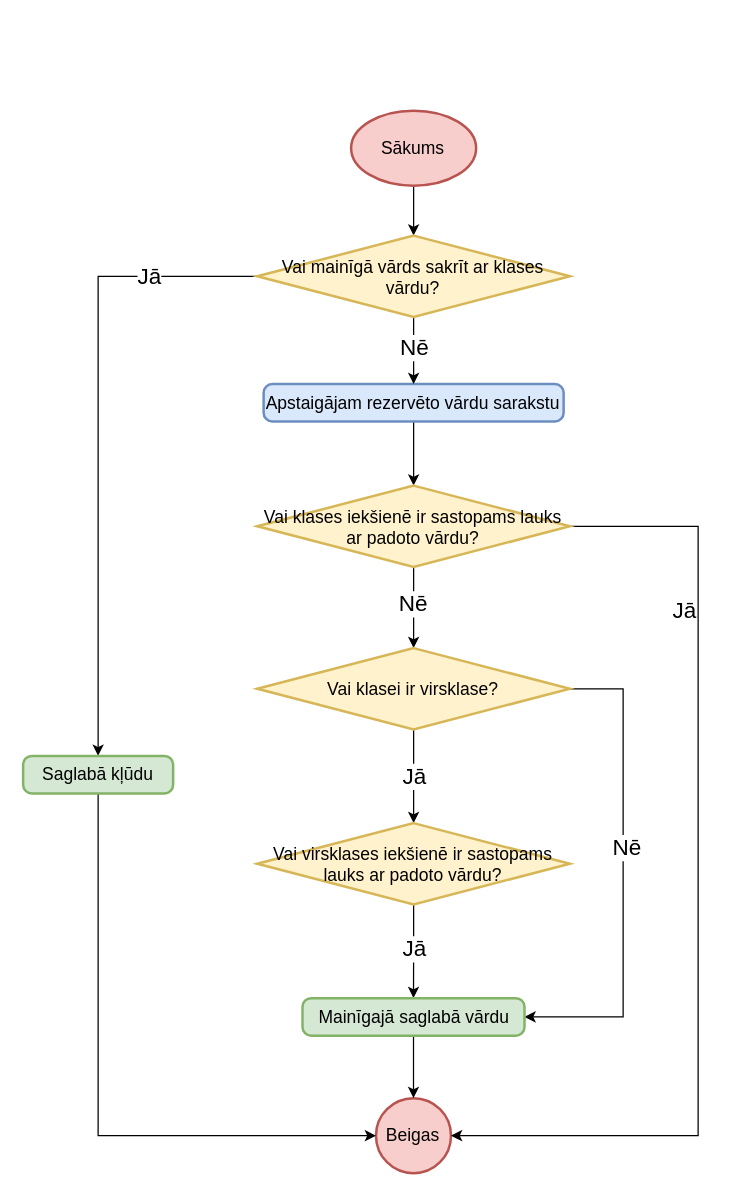
artiks12/webAppOS keeps this draw.io diagram as page "Lauka vārda kompilēšana" (4 of 5) of src/Kvalifikacijas darbs/Diagrammas/Kompilators/Lauki un mainīgie.drawio. Above is the earlier version. Source tidied: cells renumbered, new cells numbered last; positions are measured from the earlier drawing's top-left corner, leaving out a move shared by most shapes. Both pictures are drawn from the tidied source at 125%, with x=0, y=0 at pixel (22, 110).
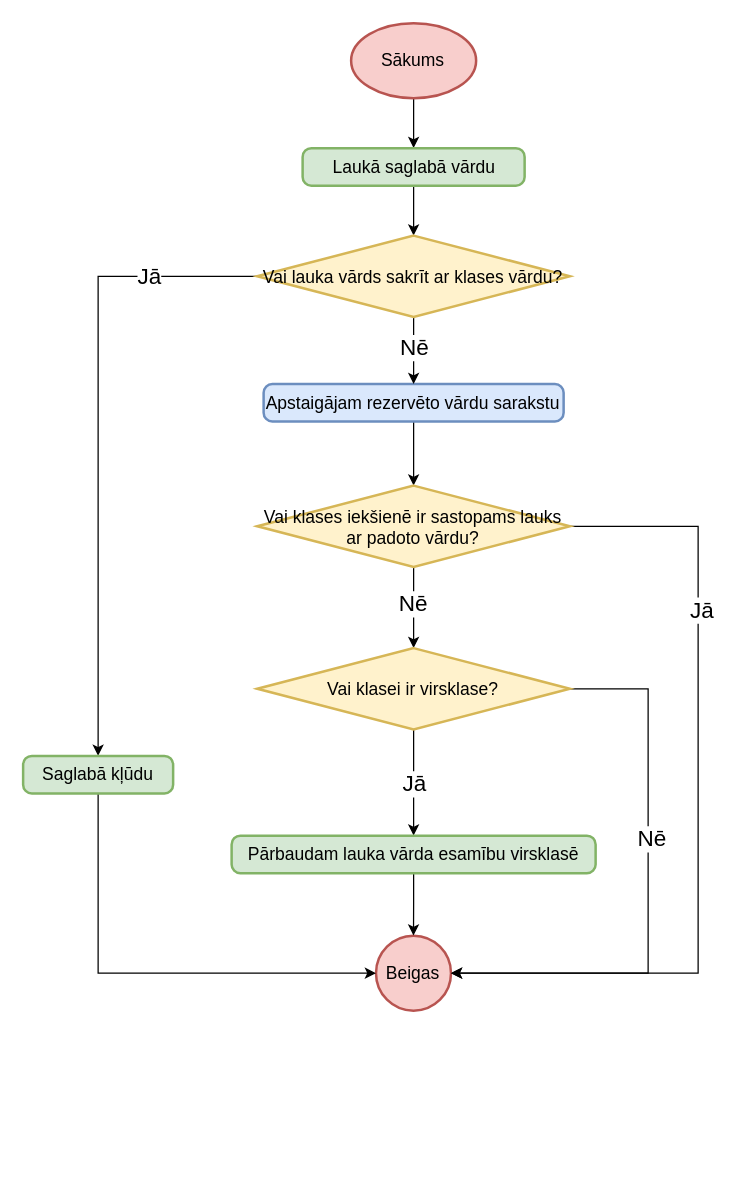
After the change.

Unchanged cells that the change refers to:
```xml
<mxCell id="8" value="Apstaigājam rezervēto vārdu sarakstu" style="rounded=1;whiteSpace=wrap;html=1;absoluteArcSize=1;arcSize=14;strokeWidth=2;fontSize=14;fillColor=#dae8fc;strokeColor=#6c8ebf;" parent="1" vertex="1">
  <mxGeometry x="192.4" y="218.7" width="240" height="30" as="geometry" />
</mxCell>
<mxCell id="9" style="edgeStyle=orthogonalEdgeStyle;rounded=0;jettySize=auto;html=1;entryX=0.5;entryY=0;entryDx=0;entryDy=0;entryPerimeter=0;fontSize=18;exitX=0.5;exitY=1;exitDx=0;exitDy=0;exitPerimeter=0;" parent="1" edge="1" source="27" target="15">
  <mxGeometry relative="1" as="geometry" />
</mxCell>
<mxCell id="15" value="Vai klasei ir virsklase?" style="strokeWidth=2;html=1;shape=mxgraph.flowchart.decision;whiteSpace=wrap;fontSize=14;fillColor=#fff2cc;strokeColor=#d6b656;" parent="1" vertex="1">
  <mxGeometry x="187.4" y="430" width="250" height="65" as="geometry" />
</mxCell>
<mxCell id="21" value="Saglabā kļūdu" style="rounded=1;whiteSpace=wrap;html=1;absoluteArcSize=1;arcSize=14;strokeWidth=2;fontSize=14;fillColor=#d5e8d4;strokeColor=#82b366;" parent="1" vertex="1">
  <mxGeometry y="516.2" width="120" height="30" as="geometry" />
</mxCell>
<mxCell id="27" value="Vai klases iekšienē ir sastopams lauks ar padoto vārdu?" style="strokeWidth=2;html=1;shape=mxgraph.flowchart.decision;whiteSpace=wrap;fontSize=14;fillColor=#fff2cc;strokeColor=#d6b656;" parent="1" vertex="1">
  <mxGeometry x="187.4" y="300" width="250" height="65" as="geometry" />
</mxCell>
```

Change to the diagram source:
```diff
@@
-    <mxCell id="2" style="edgeStyle=orthogonalEdgeStyle;rounded=0;jettySize=auto;html=1;entryX=0.5;entryY=0;entryDx=0;entryDy=0;entryPerimeter=0;" parent="1" edge="1" source="3" target="19">
+    <mxCell id="2" style="edgeStyle=orthogonalEdgeStyle;rounded=0;jettySize=auto;html=1;entryX=0.5;entryY=0;entryDx=0;entryDy=0;" parent="1" edge="1" source="3" target="30">
       <mxGeometry relative="1" as="geometry" />
     </mxCell>
     <mxCell id="3" value="Sākums" style="strokeWidth=2;html=1;shape=mxgraph.flowchart.start_1;whiteSpace=wrap;fontSize=14;fillColor=#f8cecc;strokeColor=#b85450;" parent="1" vertex="1">
-      <mxGeometry x="262.4" width="100" height="60" as="geometry" />
+      <mxGeometry x="262.4" y="-70" width="100" height="60" as="geometry" />
     </mxCell>
-    <mxCell id="4" style="edgeStyle=orthogonalEdgeStyle;rounded=0;jettySize=auto;html=1;fontSize=18;exitX=0.5;exitY=1;exitDx=0;exitDy=0;entryX=0.5;entryY=0;entryDx=0;entryDy=0;exitPerimeter=0;" parent="1" edge="1" source="28" target="24">
-      <mxGeometry relative="1" as="geometry" />
-    </mxCell>
-    <mxCell id="5" value="&lt;font style=&quot;font-size: 18px&quot;&gt;Jā&lt;/font&gt;" style="edgeLabel;html=1;align=center;verticalAlign=middle;" parent="4" vertex="1">
-      <mxGeometry x="-0.7" relative="1" as="geometry">
-        <mxPoint y="24" as="offset" />
-      </mxGeometry>
-    </mxCell>
+    <mxCell id="29" style="edgeStyle=orthogonalEdgeStyle;rounded=0;jettySize=auto;html=1;entryX=0.5;entryY=0;entryDx=0;entryDy=0;entryPerimeter=0;" parent="1" edge="1" source="30" target="38">
+      <mxGeometry relative="1" as="geometry" />
+    </mxCell>
+    <mxCell id="30" value="Laukā saglabā vārdu" style="rounded=1;whiteSpace=wrap;html=1;absoluteArcSize=1;arcSize=14;strokeWidth=2;fontSize=14;fillColor=#d5e8d4;strokeColor=#82b366;" parent="1" vertex="1">
+      <mxGeometry x="223.6" y="30" width="177.6" height="30" as="geometry" />
+    </mxCell>
     <mxCell id="6" value="Beigas" style="strokeWidth=2;html=1;shape=mxgraph.flowchart.start_2;whiteSpace=wrap;fontSize=14;fillColor=#f8cecc;strokeColor=#b85450;" parent="1" vertex="1">
-      <mxGeometry x="282.3" y="790" width="60" height="60" as="geometry" />
+      <mxGeometry x="282.3" y="660" width="60" height="60" as="geometry" />
     </mxCell>
@@
-    <mxCell id="10" value="&lt;font style=&quot;font-size: 18px&quot;&gt;Nē&lt;/font&gt;" style="edgeLabel;html=1;align=center;verticalAlign=middle;" parent="9" vertex="1">
-      <mxGeometry x="-0.26" y="-3" relative="1" as="geometry">
-        <mxPoint x="2" y="5" as="offset" />
-      </mxGeometry>
-    </mxCell>
-    <mxCell id="11" style="edgeStyle=orthogonalEdgeStyle;rounded=0;jettySize=auto;html=1;entryX=0.5;entryY=0;entryDx=0;entryDy=0;fontSize=18;entryPerimeter=0;" parent="1" edge="1" source="15" target="28">
-      <mxGeometry relative="1" as="geometry" />
-    </mxCell>
-    <mxCell id="12" value="Jā" style="edgeLabel;html=1;align=center;verticalAlign=middle;fontSize=18;" parent="11" vertex="1">
-      <mxGeometry x="0.22" relative="1" as="geometry">
-        <mxPoint y="-9" as="offset" />
-      </mxGeometry>
-    </mxCell>
-    <mxCell id="13" style="edgeStyle=orthogonalEdgeStyle;rounded=0;jettySize=auto;html=1;entryX=1;entryY=0.5;entryDx=0;entryDy=0;fontSize=18;exitX=1;exitY=0.5;exitDx=0;exitDy=0;exitPerimeter=0;" parent="1" edge="1" source="15" target="24">
-      <mxGeometry relative="1" as="geometry">
-        <Array as="points">
-          <mxPoint x="480" y="463" />
-          <mxPoint x="480" y="725" />
-        </Array>
-      </mxGeometry>
-    </mxCell>
+    <mxCell id="31" value="&lt;font style=&quot;font-size: 18px&quot;&gt;Nē&lt;/font&gt;" style="edgeLabel;html=1;align=center;verticalAlign=middle;" parent="9" vertex="1">
+      <mxGeometry x="-0.26" y="-3" relative="1" as="geometry">
+        <mxPoint x="2" y="5" as="offset" />
+      </mxGeometry>
+    </mxCell>
+    <mxCell id="32" style="edgeStyle=orthogonalEdgeStyle;rounded=0;jettySize=auto;html=1;entryX=0.5;entryY=0;entryDx=0;entryDy=0;fontSize=18;" parent="1" edge="1" source="15" target="42">
+      <mxGeometry relative="1" as="geometry" />
+    </mxCell>
+    <mxCell id="33" value="Jā" style="edgeLabel;html=1;align=center;verticalAlign=middle;fontSize=18;" parent="32" vertex="1">
+      <mxGeometry x="0.22" relative="1" as="geometry">
+        <mxPoint y="-9" as="offset" />
+      </mxGeometry>
+    </mxCell>
+    <mxCell id="34" style="edgeStyle=orthogonalEdgeStyle;rounded=0;jettySize=auto;html=1;entryX=1;entryY=0.5;entryDx=0;entryDy=0;fontSize=18;exitX=1;exitY=0.5;exitDx=0;exitDy=0;exitPerimeter=0;entryPerimeter=0;" parent="1" edge="1" source="15" target="6">
+      <mxGeometry relative="1" as="geometry">
+        <Array as="points">
+          <mxPoint x="500" y="463" />
+          <mxPoint x="500" y="690" />
+        </Array>
+      </mxGeometry>
+    </mxCell>
-    <mxCell id="14" value="Nē" style="edgeLabel;html=1;align=center;verticalAlign=middle;fontSize=18;" parent="13" vertex="1">
+    <mxCell id="14" value="Nē" style="edgeLabel;html=1;align=center;verticalAlign=middle;fontSize=18;" parent="34" vertex="1">
       <mxGeometry x="-0.57" y="2" relative="1" as="geometry">
         <mxPoint y="87" as="offset" />
       </mxGeometry>
     </mxCell>
@@
-    <mxCell id="16" style="edgeStyle=orthogonalEdgeStyle;rounded=0;jettySize=auto;html=1;entryX=0.5;entryY=0;entryDx=0;entryDy=0;" parent="1" edge="1" source="19" target="8">
-      <mxGeometry relative="1" as="geometry" />
-    </mxCell>
-    <mxCell id="17" value="&lt;font style=&quot;font-size: 18px&quot;&gt;Nē&lt;/font&gt;" style="edgeLabel;html=1;align=center;verticalAlign=middle;" parent="16" vertex="1">
-      <mxGeometry x="-0.36" y="1" relative="1" as="geometry">
-        <mxPoint x="-1" y="7" as="offset" />
-      </mxGeometry>
-    </mxCell>
-    <mxCell id="18" style="edgeStyle=orthogonalEdgeStyle;rounded=0;jettySize=auto;html=1;entryX=0.5;entryY=0;entryDx=0;entryDy=0;" parent="1" edge="1" source="19" target="21">
-      <mxGeometry relative="1" as="geometry" />
-    </mxCell>
-    <mxCell id="19" value="Vai mainīgā vārds sakrīt ar klases vārdu?" style="strokeWidth=2;html=1;shape=mxgraph.flowchart.decision;whiteSpace=wrap;fontSize=14;fillColor=#fff2cc;strokeColor=#d6b656;" parent="1" vertex="1">
-      <mxGeometry x="187.4" y="100" width="250" height="65" as="geometry" />
-    </mxCell>
+    <mxCell id="35" style="edgeStyle=orthogonalEdgeStyle;rounded=0;jettySize=auto;html=1;entryX=0.5;entryY=0;entryDx=0;entryDy=0;" parent="1" edge="1" source="38" target="8">
+      <mxGeometry relative="1" as="geometry" />
+    </mxCell>
+    <mxCell id="36" value="&lt;font style=&quot;font-size: 18px&quot;&gt;Nē&lt;/font&gt;" style="edgeLabel;html=1;align=center;verticalAlign=middle;" parent="35" vertex="1">
+      <mxGeometry x="-0.36" y="1" relative="1" as="geometry">
+        <mxPoint x="-1" y="7" as="offset" />
+      </mxGeometry>
+    </mxCell>
+    <mxCell id="37" style="edgeStyle=orthogonalEdgeStyle;rounded=0;jettySize=auto;html=1;entryX=0.5;entryY=0;entryDx=0;entryDy=0;" parent="1" edge="1" source="38" target="21">
+      <mxGeometry relative="1" as="geometry" />
+    </mxCell>
+    <mxCell id="38" value="Vai lauka vārds sakrīt ar klases vārdu?" style="strokeWidth=2;html=1;shape=mxgraph.flowchart.decision;whiteSpace=wrap;fontSize=14;fillColor=#fff2cc;strokeColor=#d6b656;" parent="1" vertex="1">
+      <mxGeometry x="187.4" y="100" width="250" height="65" as="geometry" />
+    </mxCell>
     <mxCell id="20" style="edgeStyle=orthogonalEdgeStyle;rounded=0;jettySize=auto;html=1;entryX=0;entryY=0.5;entryDx=0;entryDy=0;entryPerimeter=0;" parent="1" edge="1" source="21" target="6">
       <mxGeometry relative="1" as="geometry">
         <Array as="points">
-          <mxPoint x="60" y="820" />
+          <mxPoint x="60" y="690" />
         </Array>
       </mxGeometry>
     </mxCell>
@@
-    <mxCell id="22" value="Jā" style="edgeLabel;html=1;align=center;verticalAlign=middle;fontSize=18;" parent="1" vertex="1">
-      <mxGeometry x="100" y="132.5" as="geometry" />
-    </mxCell>
-    <mxCell id="23" style="edgeStyle=orthogonalEdgeStyle;rounded=0;jettySize=auto;html=1;" parent="1" edge="1" source="24" target="6">
-      <mxGeometry relative="1" as="geometry" />
-    </mxCell>
-    <mxCell id="24" value="Mainīgajā saglabā vārdu" style="rounded=1;whiteSpace=wrap;html=1;absoluteArcSize=1;arcSize=14;strokeWidth=2;fontSize=14;fillColor=#d5e8d4;strokeColor=#82b366;" parent="1" vertex="1">
-      <mxGeometry x="223.5" y="710" width="177.6" height="30" as="geometry" />
-    </mxCell>
+    <mxCell id="39" value="Jā" style="edgeLabel;html=1;align=center;verticalAlign=middle;fontSize=18;" parent="1" vertex="1">
+      <mxGeometry x="100" y="132.5" as="geometry" />
+    </mxCell>
+    <mxCell id="40" style="edgeStyle=orthogonalEdgeStyle;rounded=0;jettySize=auto;html=1;exitX=0.5;exitY=1;exitDx=0;exitDy=0;" parent="1" edge="1" source="42" target="6">
+      <mxGeometry relative="1" as="geometry" />
+    </mxCell>
     <mxCell id="25" style="edgeStyle=orthogonalEdgeStyle;rounded=0;jettySize=auto;html=1;entryX=1;entryY=0.5;entryDx=0;entryDy=0;entryPerimeter=0;" parent="1" edge="1" source="27" target="6">
       <mxGeometry relative="1" as="geometry">
         <Array as="points">
           <mxPoint x="540" y="333" />
-          <mxPoint x="540" y="820" />
+          <mxPoint x="540" y="690" />
         </Array>
       </mxGeometry>
     </mxCell>
-    <mxCell id="26" value="&lt;font style=&quot;font-size: 18px&quot;&gt;Jā&lt;/font&gt;" style="edgeLabel;html=1;align=center;verticalAlign=middle;" parent="25" vertex="1">
-      <mxGeometry x="-0.77" y="-1" relative="1" as="geometry">
-        <mxPoint y="66" as="offset" />
-      </mxGeometry>
-    </mxCell>
+    <mxCell id="41" value="&lt;font style=&quot;font-size: 18px&quot;&gt;Jā&lt;/font&gt;" style="edgeLabel;html=1;align=center;verticalAlign=middle;" parent="25" vertex="1">
+      <mxGeometry x="-0.77" y="-1" relative="1" as="geometry">
+        <mxPoint x="29" y="66" as="offset" />
+      </mxGeometry>
+    </mxCell>
@@
-    <mxCell id="28" value="Vai virsklases iekšienē ir sastopams lauks ar padoto vārdu?" style="strokeWidth=2;html=1;shape=mxgraph.flowchart.decision;whiteSpace=wrap;fontSize=14;fillColor=#fff2cc;strokeColor=#d6b656;" parent="1" vertex="1">
-      <mxGeometry x="187.4" y="570" width="250" height="65" as="geometry" />
-    </mxCell>
+    <mxCell id="42" value="Pārbaudam lauka vārda esamību virsklasē" style="rounded=1;whiteSpace=wrap;html=1;absoluteArcSize=1;arcSize=14;strokeWidth=2;fontSize=14;fillColor=#d5e8d4;strokeColor=#82b366;" parent="1" vertex="1">
+      <mxGeometry x="166.8" y="580" width="291.2" height="30" as="geometry" />
+    </mxCell>
```
